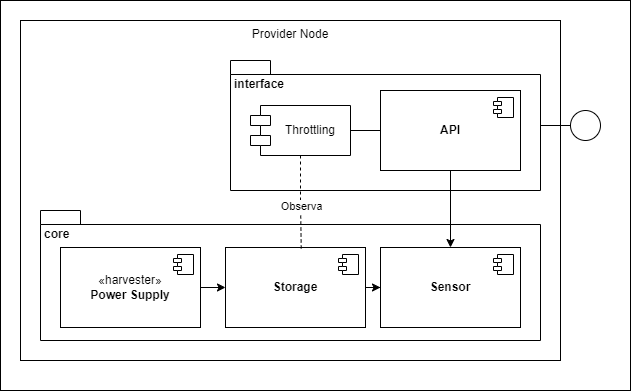
Earlier version of the draw.io export Imagens/cap6/cap6providernode.png (eusoupaulolopes/mst_dissertacao). Source tidied: cells renumbered, new cells last; positions are measured from the earlier drawing's top-left corner, leaving out a move shared by most shapes.
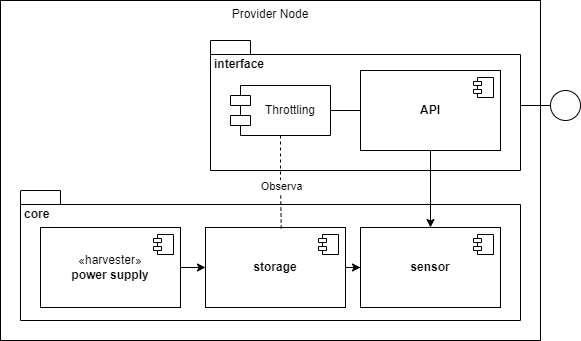
After the change.

Diff of the diagram source:
```diff
@@ -2,9 +2,6 @@
   <root>
     <mxCell id="0" />
     <mxCell id="1" parent="0" />
-    <mxCell id="2" style="html=1;whiteSpace=wrap;verticalAlign=top;align=center;" parent="1" vertex="1">
-      <mxGeometry width="630" height="390" as="geometry" />
-    </mxCell>
     <mxCell id="3" value="Provider Node" style="html=1;whiteSpace=wrap;verticalAlign=top;align=center;" parent="1" vertex="1">
       <mxGeometry x="20" y="20" width="540" height="340" as="geometry" />
     </mxCell>
@@ -20,7 +17,7 @@
     <mxCell id="7" style="edgeStyle=orthogonalEdgeStyle;rounded=0;jettySize=auto;html=1;" parent="1" edge="1" source="8" target="11">
       <mxGeometry relative="1" as="geometry" />
     </mxCell>
-    <mxCell id="8" value="«harvester»&lt;br&gt;&lt;b&gt;Power Supply&lt;/b&gt;" style="html=1;whiteSpace=wrap;" parent="1" vertex="1">
+    <mxCell id="8" value="«harvester»&lt;br&gt;&lt;b&gt;power supply&lt;/b&gt;" style="html=1;whiteSpace=wrap;" parent="1" vertex="1">
       <mxGeometry x="60" y="247" width="140" height="80" as="geometry" />
     </mxCell>
     <mxCell id="9" style="shape=module;jettyWidth=8;jettyHeight=4;" parent="8" vertex="1">
@@ -31,7 +28,7 @@
     <mxCell id="10" style="edgeStyle=orthogonalEdgeStyle;rounded=0;jettySize=auto;html=1;" parent="1" edge="1" source="11" target="13">
       <mxGeometry relative="1" as="geometry" />
     </mxCell>
-    <mxCell id="11" value="&lt;b&gt;Storage&lt;/b&gt;" style="html=1;whiteSpace=wrap;" parent="1" vertex="1">
+    <mxCell id="11" value="&lt;b&gt;storage&lt;/b&gt;" style="html=1;whiteSpace=wrap;" parent="1" vertex="1">
       <mxGeometry x="225" y="247" width="140" height="80" as="geometry" />
     </mxCell>
     <mxCell id="12" style="shape=module;jettyWidth=8;jettyHeight=4;" parent="11" vertex="1">
@@ -39,7 +36,7 @@
         <mxPoint x="-27" y="7" as="offset" />
       </mxGeometry>
     </mxCell>
-    <mxCell id="13" value="&lt;b&gt;Sensor&lt;/b&gt;" style="html=1;whiteSpace=wrap;" parent="1" vertex="1">
+    <mxCell id="13" value="&lt;b&gt;sensor&lt;/b&gt;" style="html=1;whiteSpace=wrap;" parent="1" vertex="1">
       <mxGeometry x="380" y="247" width="140" height="80" as="geometry" />
     </mxCell>
     <mxCell id="14" style="shape=module;jettyWidth=8;jettyHeight=4;" parent="13" vertex="1">
```
